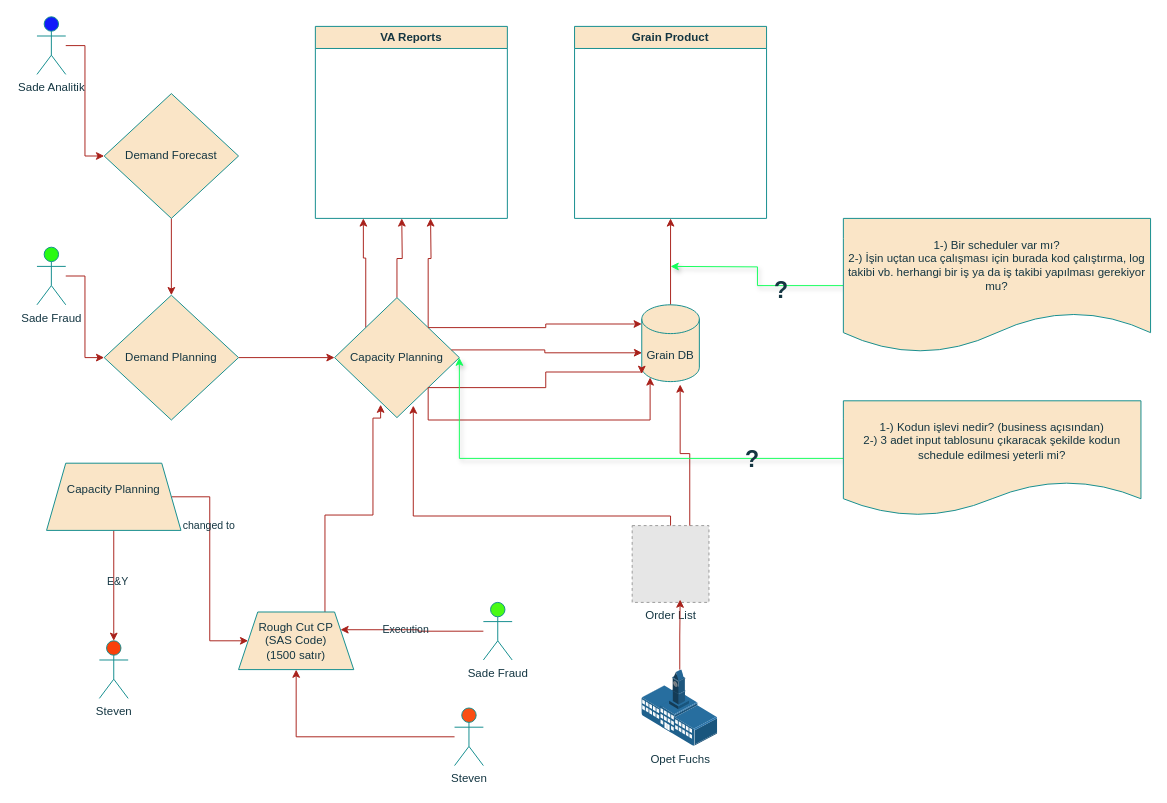
Earlier version of the draw.io diagram page "opet" (2 of 11) of archive/Sade Case Manager Main Flow.drawio.xml (Togumogu/fraud_case_manager). Source tidied: cells renumbered, new cells numbered last; positions are measured from the earlier drawing's top-left corner, leaving out a move shared by most shapes. Both pictures are drawn from the tidied source at 96%, with x=0, y=0 at pixel (36, 16). Pictures stored in the file or linked from it are replaced by grey dashed boxes.
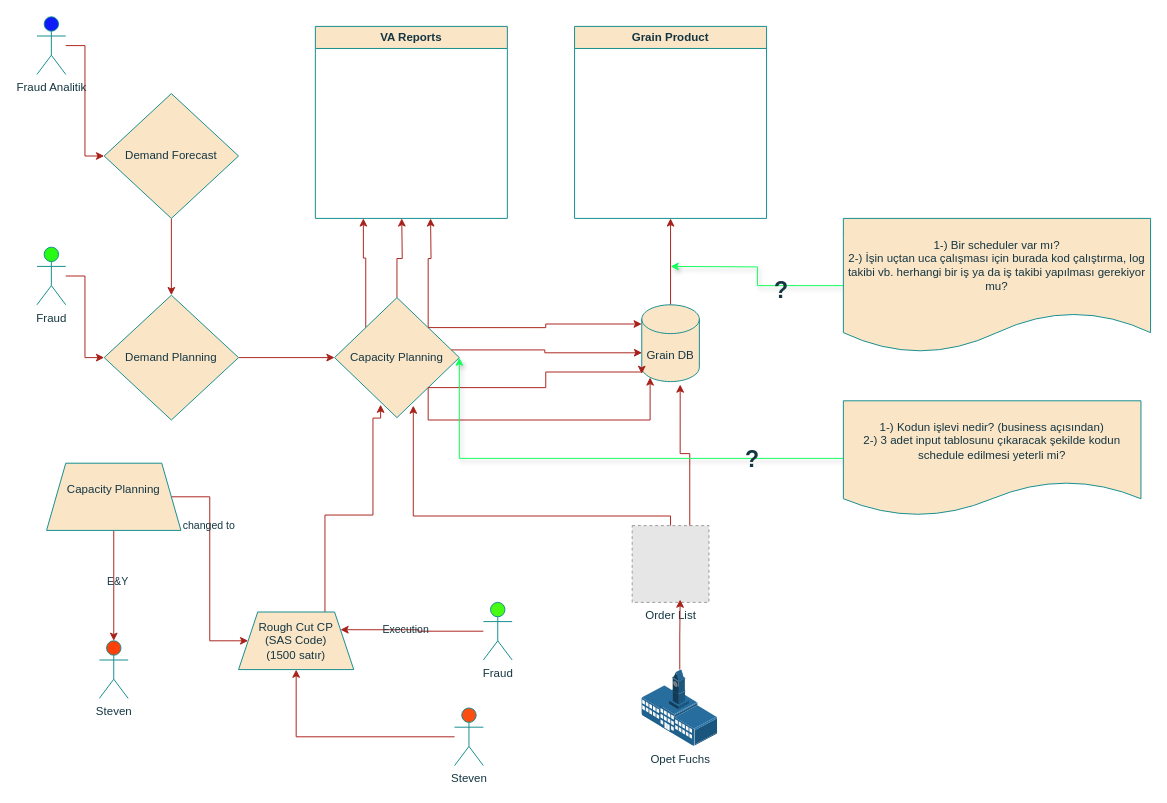
The same page after the edit.

Change to the diagram source:
```diff
@@
-    <mxCell id="5" value="Sade Analitik" style="shape=umlActor;verticalLabelPosition=bottom;verticalAlign=top;html=1;outlineConnect=0;fillColor=#111BFA;labelBackgroundColor=none;strokeColor=#0F8B8D;fontColor=#143642;" parent="1" vertex="1">
+    <mxCell id="5" value="Fraud Analitik" style="shape=umlActor;verticalLabelPosition=bottom;verticalAlign=top;html=1;outlineConnect=0;fillColor=#111BFA;labelBackgroundColor=none;strokeColor=#0F8B8D;fontColor=#143642;" parent="1" vertex="1">
       <mxGeometry width="30" height="60" as="geometry" />
     </mxCell>
@@
-    <mxCell id="9" value="Sade Fraud&lt;div&gt;&lt;br&gt;&lt;/div&gt;" style="shape=umlActor;verticalLabelPosition=bottom;verticalAlign=top;html=1;outlineConnect=0;strokeColor=#0F8B8D;fillColor=#29FA13;labelBackgroundColor=none;fontColor=#143642;" parent="1" vertex="1">
+    <mxCell id="9" value="Fraud&lt;div&gt;&lt;br&gt;&lt;/div&gt;" style="shape=umlActor;verticalLabelPosition=bottom;verticalAlign=top;html=1;outlineConnect=0;strokeColor=#0F8B8D;fillColor=#29FA13;labelBackgroundColor=none;fontColor=#143642;" parent="1" vertex="1">
       <mxGeometry y="240" width="30" height="60" as="geometry" />
     </mxCell>
@@
-    <mxCell id="24" value="Sade Fraud&lt;div&gt;&lt;br&gt;&lt;/div&gt;" style="shape=umlActor;verticalLabelPosition=bottom;verticalAlign=top;html=1;outlineConnect=0;strokeColor=#0F8B8D;fillColor=#49FA15;labelBackgroundColor=none;fontColor=#143642;" parent="1" vertex="1">
+    <mxCell id="24" value="Fraud&lt;div&gt;&lt;br&gt;&lt;/div&gt;" style="shape=umlActor;verticalLabelPosition=bottom;verticalAlign=top;html=1;outlineConnect=0;strokeColor=#0F8B8D;fillColor=#49FA15;labelBackgroundColor=none;fontColor=#143642;" parent="1" vertex="1">
       <mxGeometry x="465" y="610" width="30" height="60" as="geometry" />
     </mxCell>
```
